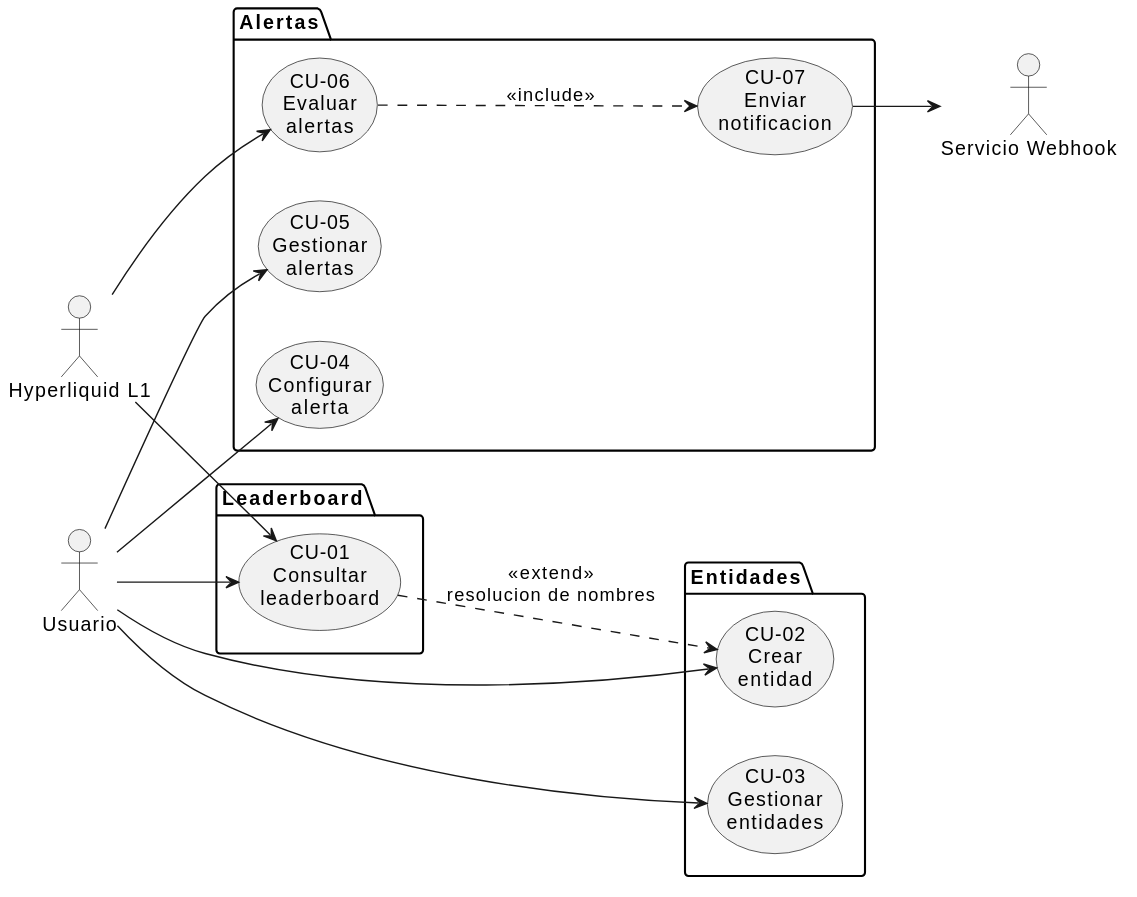
This is imagenes/capitulo2/estructuraCdU.svg from nekiiiiis/tfg, a PlantUML export, as it was before one commit. Source of this version:
```plantuml
@startuml
left to right direction

actor "Usuario" as U
actor "Hyperliquid L1" as HL
actor "Servicio Webhook" as SW

package "Leaderboard" {
  usecase "CU-01\nConsultar\nleaderboard" as CU01
}

package "Entidades" {
  usecase "CU-02\nCrear\nentidad" as CU02
  usecase "CU-03\nGestionar\nentidades" as CU03
}

package "Alertas" {
  usecase "CU-04\nConfigurar\nalerta" as CU04
  usecase "CU-05\nGestionar\nalertas" as CU05
  usecase "CU-06\nEvaluar\nalertas" as CU06
  usecase "CU-07\nEnviar\nnotificacion" as CU07
}

U --> CU01
U --> CU02
U --> CU03
U --> CU04
U --> CU05

HL --> CU01
HL --> CU06

CU07 --> SW

CU01 ..> CU02 : <<extend>>\nresolucion de nombres
CU06 ..> CU07 : <<include>>
@enduml
```
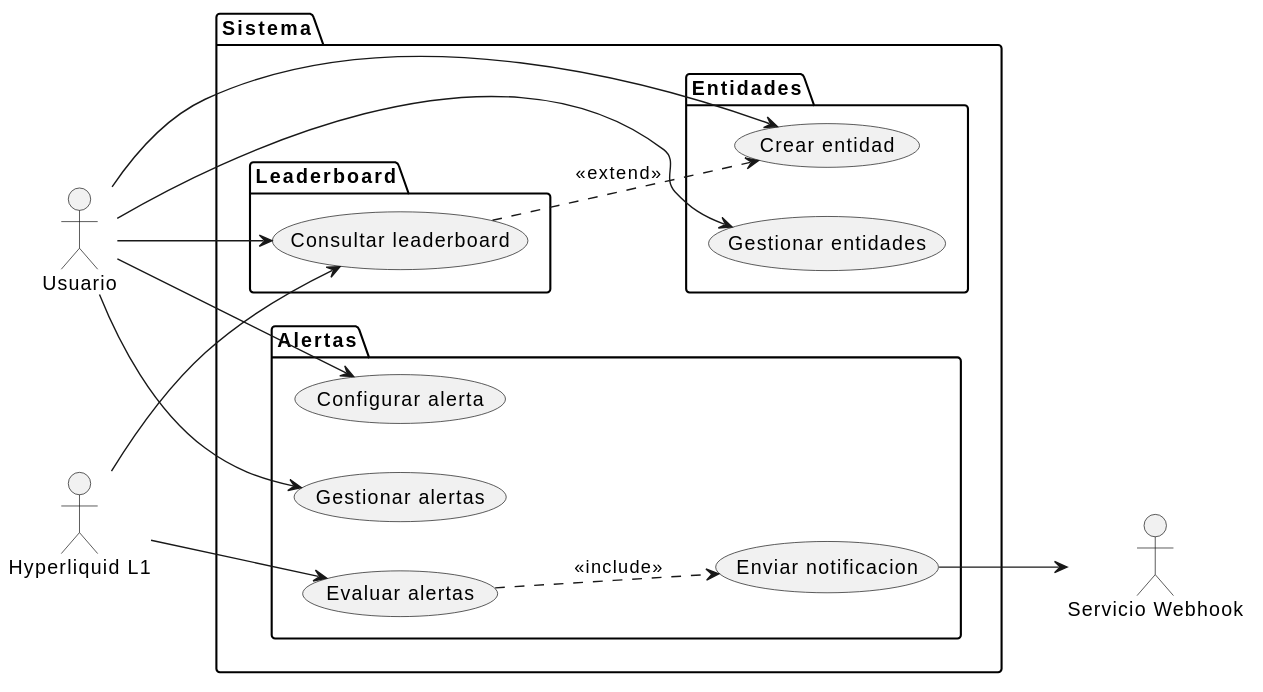
Later version of the same file.

The edit, as a diff of the source:
```diff
@@ -5,20 +5,22 @@
 actor "Hyperliquid L1" as HL
 actor "Servicio Webhook" as SW
 
-package "Leaderboard" {
-  usecase "CU-01\nConsultar\nleaderboard" as CU01
-}
+package "Sistema" {
+  package "Leaderboard" {
+    usecase "Consultar leaderboard" as CU01
+  }
 
-package "Entidades" {
-  usecase "CU-02\nCrear\nentidad" as CU02
-  usecase "CU-03\nGestionar\nentidades" as CU03
-}
+  package "Entidades" {
+    usecase "Crear entidad" as CU02
+    usecase "Gestionar entidades" as CU03
+  }
 
-package "Alertas" {
-  usecase "CU-04\nConfigurar\nalerta" as CU04
-  usecase "CU-05\nGestionar\nalertas" as CU05
-  usecase "CU-06\nEvaluar\nalertas" as CU06
-  usecase "CU-07\nEnviar\nnotificacion" as CU07
+  package "Alertas" {
+    usecase "Configurar alerta" as CU04
+    usecase "Gestionar alertas" as CU05
+    usecase "Evaluar alertas" as CU06
+    usecase "Enviar notificacion" as CU07
+  }
 }
 
 U --> CU01
@@ -32,6 +34,6 @@
 
 CU07 --> SW
 
-CU01 ..> CU02 : <<extend>>\nresolucion de nombres
+CU01 ..> CU02 : <<extend>>
 CU06 ..> CU07 : <<include>>
 @enduml
```
